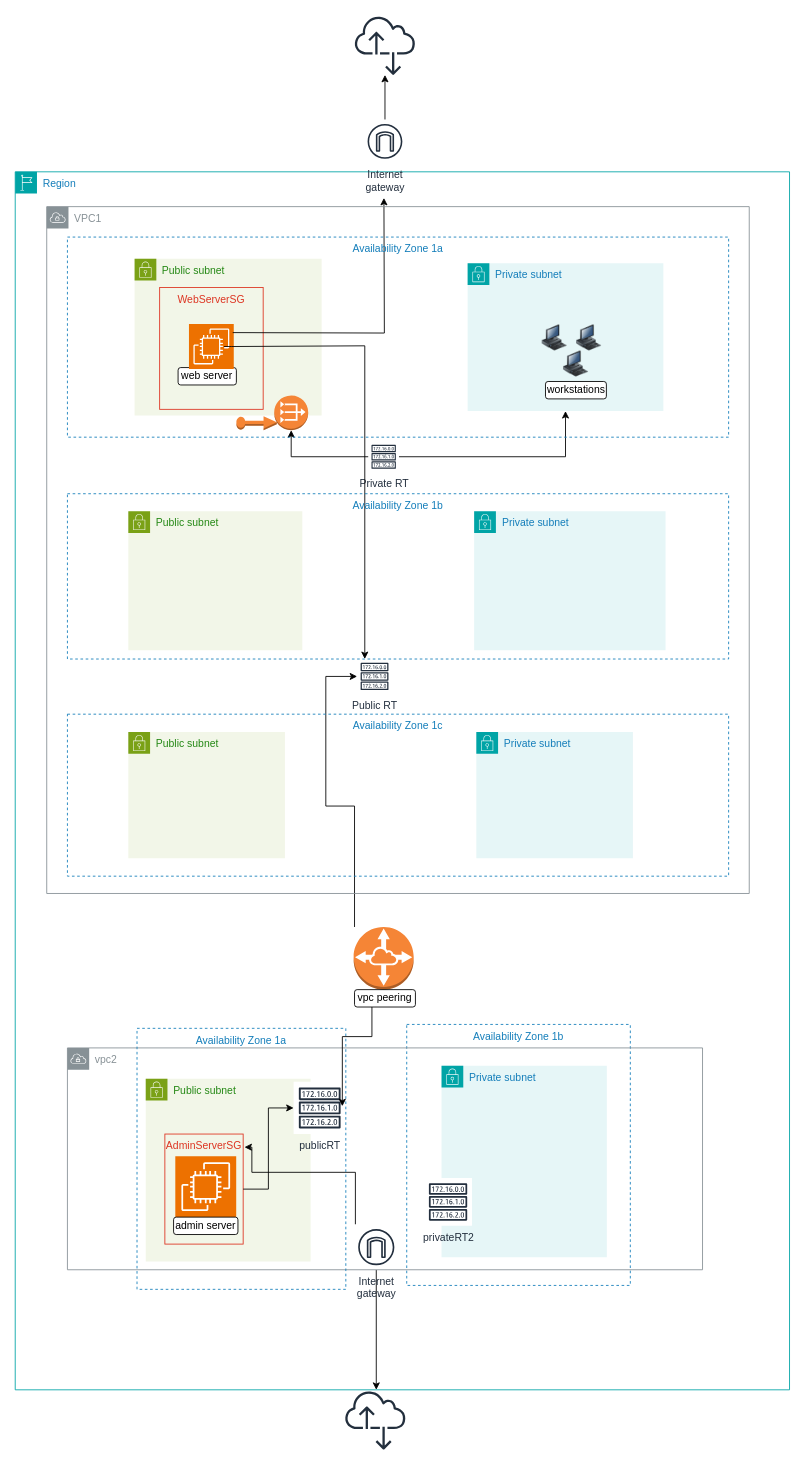
The draw.io diagram 10_Final_Project/diagram_v1.0/FinalProject-v1.0.drawio in techgrounds/techgrounds-FvL69-1, before the edit. Source tidied: cells renumbered, new cells numbered last; positions are measured from the earlier drawing's top-left corner, leaving out a move shared by most shapes. Both pictures are drawn from the tidied source at 87%, with x=0, y=0 at pixel (15, 15).
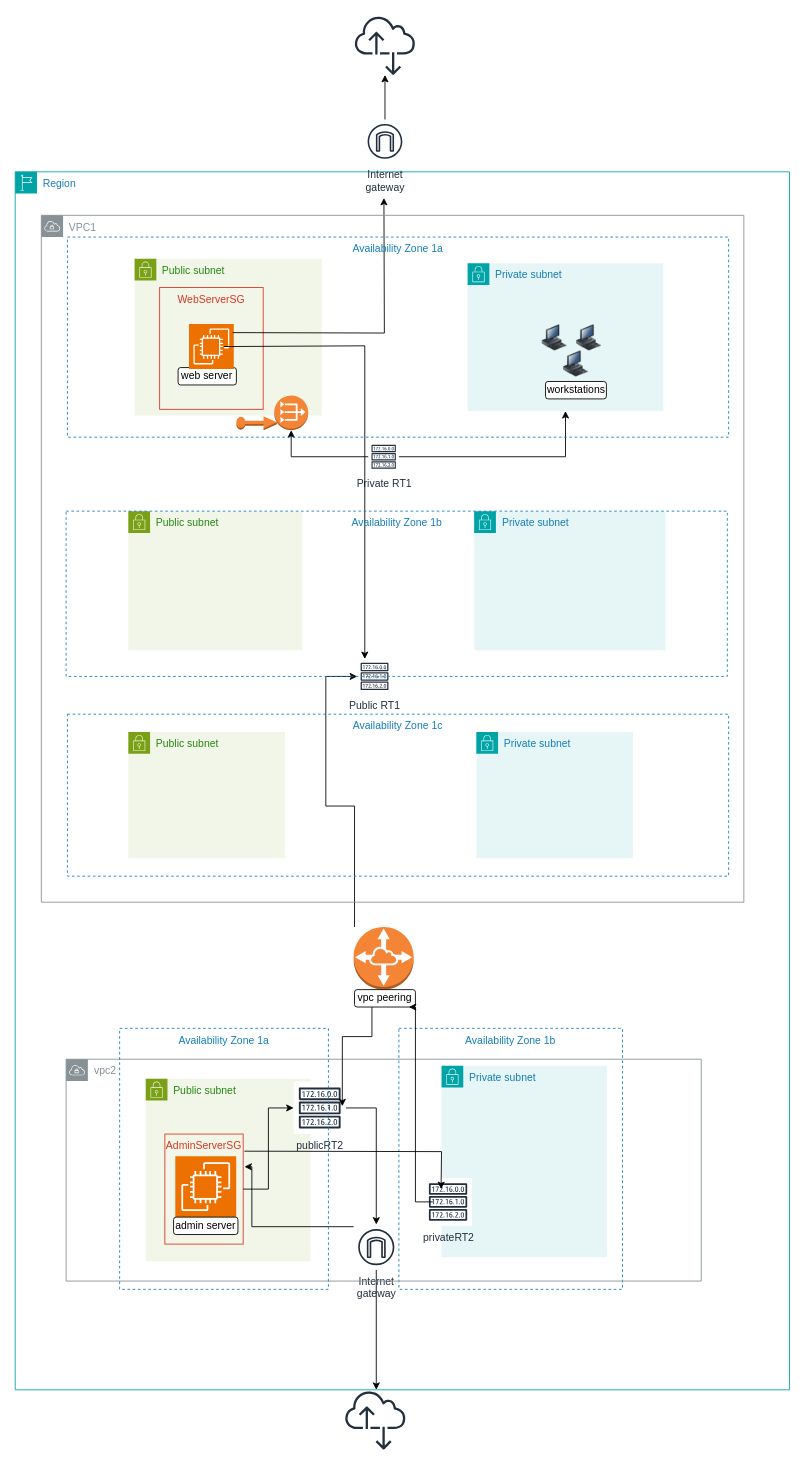
Above is the later version.

Unchanged cells that the change refers to:
```xml
<mxCell id="3" value="Region" style="points=[[0,0],[0.25,0],[0.5,0],[0.75,0],[1,0],[1,0.25],[1,0.5],[1,0.75],[1,1],[0.75,1],[0.5,1],[0.25,1],[0,1],[0,0.75],[0,0.5],[0,0.25]];outlineConnect=0;gradientColor=none;html=1;whiteSpace=wrap;fontSize=12;fontStyle=0;shape=mxgraph.aws4.group;grIcon=mxgraph.aws4.group_region;strokeColor=#00A4A6;fillColor=none;verticalAlign=top;align=left;spacingLeft=30;fontColor=#147EBA;" parent="1" vertex="1">
  <mxGeometry y="180" width="890" height="1400" as="geometry" />
</mxCell>
<mxCell id="23" value="Public subnet" style="gradientColor=none;html=1;whiteSpace=wrap;fontSize=12;fontStyle=0;shape=mxgraph.aws4.group;grIcon=mxgraph.aws4.group_security_group;grStroke=0;strokeColor=#7AA116;fillColor=#F2F6E8;verticalAlign=top;align=left;spacingLeft=30;fontColor=#248814;dashed=0;" parent="3" vertex="1">
  <mxGeometry x="150" y="1042.5" width="189.5" height="210" as="geometry" />
</mxCell>
<mxCell id="24" value="AdminServerSG" style="fillColor=none;strokeColor=#DD3522;verticalAlign=top;fontStyle=0;fontColor=#DD3522;whiteSpace=wrap;html=1;" parent="23" vertex="1">
  <mxGeometry x="22" y="63.5" width="90" height="126.5" as="geometry" />
</mxCell>
<mxCell id="29" value="Internet&#10;gateway" style="sketch=0;outlineConnect=0;fontColor=#232F3E;gradientColor=none;strokeColor=#232F3E;fillColor=#ffffff;dashed=0;verticalLabelPosition=bottom;verticalAlign=top;align=center;html=1;fontSize=12;fontStyle=0;shape=mxgraph.aws4.resourceIcon;resIcon=mxgraph.aws4.internet_gateway;" parent="3" vertex="1">
  <mxGeometry x="389" y="1210" width="52" height="52" as="geometry" />
</mxCell>
```

What changed in the source:
```diff
@@
-    <mxCell id="7" value="Public RT" style="sketch=0;outlineConnect=0;fontColor=#232F3E;gradientColor=none;strokeColor=#232F3E;fillColor=#ffffff;dashed=0;verticalLabelPosition=bottom;verticalAlign=top;align=center;html=1;fontSize=12;fontStyle=0;shape=mxgraph.aws4.resourceIcon;resIcon=mxgraph.aws4.route_table;" parent="3" vertex="1">
+    <mxCell id="7" value="Public RT1" style="sketch=0;outlineConnect=0;fontColor=#232F3E;gradientColor=none;strokeColor=#232F3E;fillColor=#ffffff;dashed=0;verticalLabelPosition=bottom;verticalAlign=top;align=center;html=1;fontSize=12;fontStyle=0;shape=mxgraph.aws4.resourceIcon;resIcon=mxgraph.aws4.route_table;" parent="3" vertex="1">
       <mxGeometry x="393" y="560" width="40" height="40" as="geometry" />
     </mxCell>
@@
-    <mxCell id="22" value="Private RT" style="sketch=0;outlineConnect=0;fontColor=#232F3E;gradientColor=none;strokeColor=#232F3E;fillColor=#ffffff;dashed=0;verticalLabelPosition=bottom;verticalAlign=top;align=center;html=1;fontSize=12;fontStyle=0;shape=mxgraph.aws4.resourceIcon;resIcon=mxgraph.aws4.route_table;" parent="3" vertex="1">
+    <mxCell id="22" value="Private RT1" style="sketch=0;outlineConnect=0;fontColor=#232F3E;gradientColor=none;strokeColor=#232F3E;fillColor=#ffffff;dashed=0;verticalLabelPosition=bottom;verticalAlign=top;align=center;html=1;fontSize=12;fontStyle=0;shape=mxgraph.aws4.resourceIcon;resIcon=mxgraph.aws4.route_table;" parent="3" vertex="1">
       <mxGeometry x="406" y="310" width="35" height="35" as="geometry" />
     </mxCell>
@@
-    <mxCell id="27" style="edgeStyle=orthogonalEdgeStyle;rounded=0;jettySize=auto;html=1;entryX=1.017;entryY=0.119;entryDx=0;entryDy=0;entryPerimeter=0;" parent="3" edge="1" source="29" target="24">
+    <mxCell id="27" style="edgeStyle=orthogonalEdgeStyle;rounded=0;orthogonalLoop=1;jettySize=auto;html=1;entryX=1.017;entryY=0.119;entryDx=0;entryDy=0;entryPerimeter=0;" parent="23" edge="1">
       <mxGeometry relative="1" as="geometry">
+        <mxPoint x="241" y="190" as="sourcePoint" />
+        <mxPoint x="113.5" y="101.1" as="targetPoint" />
         <Array as="points">
-          <mxPoint x="391" y="1150" />
-          <mxPoint x="272" y="1150" />
-          <mxPoint x="272" y="1121" />
+          <mxPoint x="241" y="170" />
+          <mxPoint x="122" y="170" />
+          <mxPoint x="122" y="101" />
         </Array>
       </mxGeometry>
     </mxCell>
@@
     <mxCell id="32" value="Availability Zone 1b" style="fillColor=none;strokeColor=#147EBA;dashed=1;verticalAlign=top;fontStyle=0;fontColor=#147EBA;whiteSpace=wrap;html=1;" parent="3" vertex="1">
-      <mxGeometry x="450" y="980" width="257" height="300" as="geometry" />
+      <mxGeometry x="441" y="984.5" width="257" height="300" as="geometry" />
     </mxCell>
+    <mxCell id="51" style="edgeStyle=orthogonalEdgeStyle;rounded=0;jettySize=auto;html=1;" parent="3" edge="1" source="33" target="29">
+      <mxGeometry relative="1" as="geometry" />
+    </mxCell>
-    <mxCell id="33" value="publicRT" style="sketch=0;outlineConnect=0;fontColor=#232F3E;gradientColor=none;strokeColor=#232F3E;fillColor=#ffffff;dashed=0;verticalLabelPosition=bottom;verticalAlign=top;align=center;html=1;fontSize=12;fontStyle=0;shape=mxgraph.aws4.resourceIcon;resIcon=mxgraph.aws4.route_table;" parent="3" vertex="1">
+    <mxCell id="33" value="publicRT2" style="sketch=0;outlineConnect=0;fontColor=#232F3E;gradientColor=none;strokeColor=#232F3E;fillColor=#ffffff;dashed=0;verticalLabelPosition=bottom;verticalAlign=top;align=center;html=1;fontSize=12;fontStyle=0;shape=mxgraph.aws4.resourceIcon;resIcon=mxgraph.aws4.route_table;" parent="3" vertex="1">
       <mxGeometry x="320" y="1046" width="60" height="60" as="geometry" />
     </mxCell>
@@
     <mxCell id="35" value="vpc2" style="sketch=0;gradientColor=none;html=1;whiteSpace=wrap;fontSize=12;fontStyle=0;shape=mxgraph.aws4.group;grIcon=mxgraph.aws4.group_vpc;strokeColor=#879196;fillColor=none;verticalAlign=top;align=left;spacingLeft=30;fontColor=#879196;dashed=0;" parent="3" vertex="1">
-      <mxGeometry x="60" y="1007" width="730" height="255" as="geometry" />
+      <mxGeometry x="58.5" y="1020" width="730" height="255" as="geometry" />
     </mxCell>
     <mxCell id="36" value="Availability Zone 1a" style="fillColor=none;strokeColor=#147EBA;dashed=1;verticalAlign=top;fontStyle=0;fontColor=#147EBA;whiteSpace=wrap;html=1;" parent="3" vertex="1">
-      <mxGeometry x="140" y="984.5" width="240" height="300" as="geometry" />
+      <mxGeometry x="120" y="984.5" width="240" height="300" as="geometry" />
     </mxCell>
@@
     <mxCell id="45" value="Availability Zone 1b" style="fillColor=none;strokeColor=#147EBA;verticalAlign=top;fontStyle=0;fontColor=#147EBA;whiteSpace=wrap;html=1;dashed=1;" parent="3" vertex="1">
-      <mxGeometry x="60" y="370" width="760" height="190" as="geometry" />
+      <mxGeometry x="58.5" y="390" width="760" height="190" as="geometry" />
     </mxCell>
@@
+    <mxCell id="52" style="edgeStyle=orthogonalEdgeStyle;rounded=0;orthogonalLoop=1;jettySize=auto;html=1;entryX=0.75;entryY=1;entryDx=0;entryDy=0;" parent="3" edge="1">
+      <mxGeometry relative="1" as="geometry">
+        <mxPoint x="480" y="1184" as="sourcePoint" />
+        <mxPoint x="452.5" y="960" as="targetPoint" />
+        <Array as="points">
+          <mxPoint x="460" y="1184" />
+          <mxPoint x="460" y="960" />
+        </Array>
+      </mxGeometry>
+    </mxCell>
+    <mxCell id="53" style="edgeStyle=orthogonalEdgeStyle;rounded=0;orthogonalLoop=1;jettySize=auto;html=1;entryX=0.152;entryY=0.752;entryDx=0;entryDy=0;entryPerimeter=0;" parent="3" edge="1">
+      <mxGeometry relative="1" as="geometry">
+        <mxPoint x="263.4" y="1125.7" as="sourcePoint" />
+        <mxPoint x="489.5" y="1169.3" as="targetPoint" />
+      </mxGeometry>
+    </mxCell>
     <mxCell id="47" value="VPC1" style="sketch=0;gradientColor=none;html=1;whiteSpace=wrap;fontSize=12;fontStyle=0;shape=mxgraph.aws4.group;grIcon=mxgraph.aws4.group_vpc;strokeColor=#879196;fillColor=none;verticalAlign=top;align=left;spacingLeft=30;fontColor=#879196;dashed=0;" parent="3" vertex="1">
-      <mxGeometry x="36.2" y="40" width="807.5" height="789.5" as="geometry" />
+      <mxGeometry x="30" y="50" width="807.5" height="789.5" as="geometry" />
     </mxCell>
```
